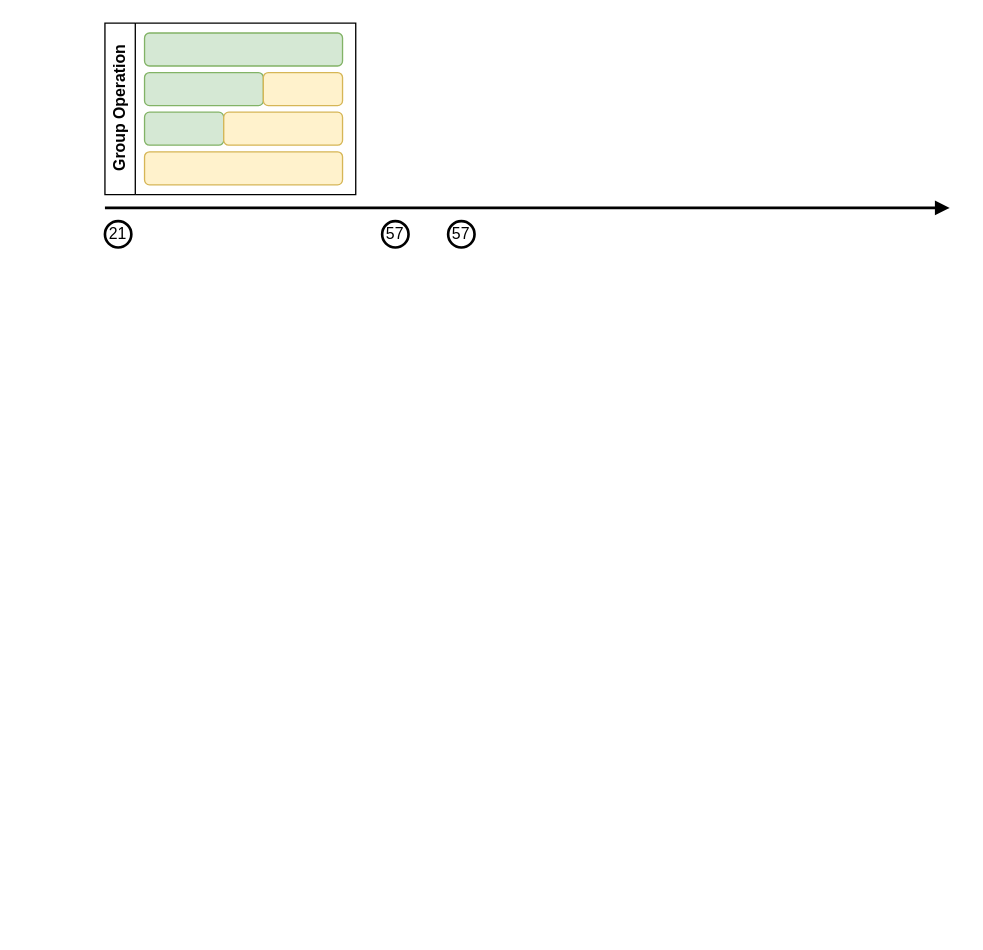
Before: Untitled Diagram.drawio in Ernest861/demo, a draw.io diagram. Source tidied: cells renumbered, new cells numbered last; positions are measured from the earlier drawing's top-left corner, leaving out a move shared by most shapes. Both pictures are drawn from the tidied source at 132%, with x=0, y=0 at pixel (104, 22).
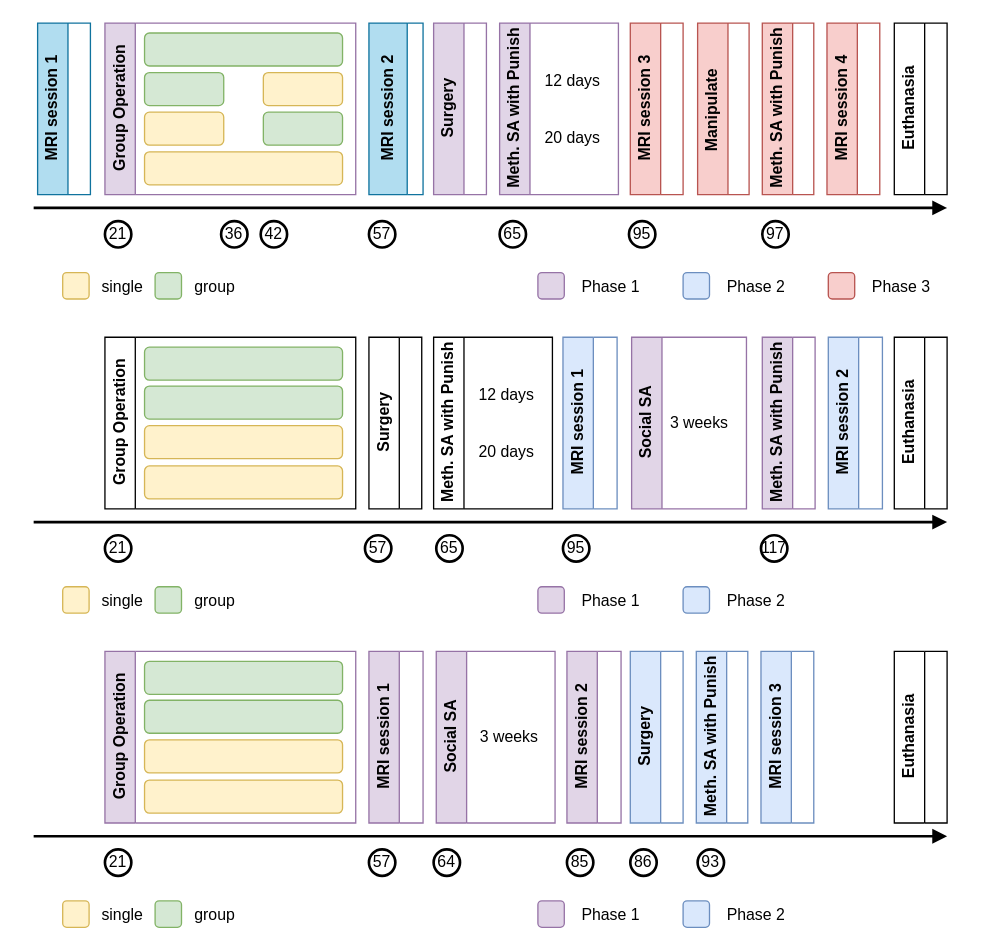
After the change.

Diff of the diagram source:
```diff
@@
     <mxCell id="2" style="endArrow=block;html=1;rounded=0;endFill=1;strokeWidth=2;" parent="1" edge="1">
       <mxGeometry relative="1" as="geometry">
-        <mxPoint y="140" as="sourcePoint" />
-        <mxPoint x="640" y="140" as="targetPoint" />
+        <mxPoint x="-54" y="140" as="sourcePoint" />
+        <mxPoint x="638" y="140" as="targetPoint" />
       </mxGeometry>
     </mxCell>
-    <mxCell id="3" value="Group Operation" style="swimlane;horizontal=0;whiteSpace=wrap;html=1;" parent="1" vertex="1">
+    <mxCell id="3" value="Group Operation" style="swimlane;horizontal=0;whiteSpace=wrap;html=1;fillColor=#e1d5e7;strokeColor=#9673a6;" parent="1" vertex="1">
       <mxGeometry width="190" height="130" as="geometry" />
     </mxCell>
@@
     <mxCell id="6" style="rounded=1;whiteSpace=wrap;html=1;fillColor=#d5e8d4;strokeColor=#82b366;" parent="3" vertex="1">
-      <mxGeometry x="30" y="37.5" width="90" height="25" as="geometry" />
+      <mxGeometry x="30" y="37.5" width="60" height="25" as="geometry" />
     </mxCell>
@@
-    <mxCell id="8" style="rounded=1;whiteSpace=wrap;html=1;fillColor=#d5e8d4;strokeColor=#82b366;" parent="3" vertex="1">
+    <mxCell id="8" style="rounded=1;whiteSpace=wrap;html=1;fillColor=#fff2cc;strokeColor=#d6b656;" parent="3" vertex="1">
       <mxGeometry x="30" y="67.5" width="60" height="25" as="geometry" />
     </mxCell>
-    <mxCell id="9" style="rounded=1;whiteSpace=wrap;html=1;fillColor=#fff2cc;strokeColor=#d6b656;" parent="3" vertex="1">
-      <mxGeometry x="90" y="67.5" width="90" height="25" as="geometry" />
+    <mxCell id="9" style="rounded=1;whiteSpace=wrap;html=1;fillColor=#d5e8d4;strokeColor=#82b366;" parent="3" vertex="1">
+      <mxGeometry x="120" y="67.5" width="60" height="25" as="geometry" />
     </mxCell>
@@
     <mxCell id="11" value="57" style="ellipse;whiteSpace=wrap;html=1;strokeWidth=2;" parent="1" vertex="1">
-      <mxGeometry x="210" y="150" width="20" height="20" as="geometry" />
+      <mxGeometry x="200" y="150" width="20" height="20" as="geometry" />
     </mxCell>
-    <mxCell id="12" value="57" style="ellipse;whiteSpace=wrap;html=1;strokeWidth=2;" parent="1" vertex="1">
-      <mxGeometry x="260" y="150" width="20" height="20" as="geometry" />
-    </mxCell>
+    <mxCell id="13" value="Surgery" style="swimlane;horizontal=0;whiteSpace=wrap;html=1;fillColor=#e1d5e7;strokeColor=#9673a6;" parent="1" vertex="1">
+      <mxGeometry x="249" width="40" height="130" as="geometry" />
+    </mxCell>
+    <mxCell id="14" value="Meth. SA with Punish" style="swimlane;horizontal=0;whiteSpace=wrap;html=1;fillColor=#e1d5e7;strokeColor=#9673a6;" parent="1" vertex="1">
+      <mxGeometry x="299" width="90" height="130" as="geometry" />
+    </mxCell>
+    <mxCell id="15" value="&lt;div&gt;12 days&lt;/div&gt;&lt;div&gt;&lt;br&gt;&lt;/div&gt;&lt;div&gt;&lt;br&gt;&lt;/div&gt;20 days" style="text;html=1;align=center;verticalAlign=middle;strokeColor=none;fillColor=none;" parent="14" vertex="1">
+      <mxGeometry x="20" y="30" width="70" height="70" as="geometry" />
+    </mxCell>
+    <mxCell id="16" value="MRI session 1" style="swimlane;horizontal=0;whiteSpace=wrap;html=1;fillColor=#b1ddf0;strokeColor=#10739e;" parent="1" vertex="1">
+      <mxGeometry x="-51" width="40" height="130" as="geometry" />
+    </mxCell>
+    <mxCell id="17" value="MRI session 3" style="swimlane;horizontal=0;whiteSpace=wrap;html=1;fillColor=#f8cecc;strokeColor=#b85450;" parent="1" vertex="1">
+      <mxGeometry x="398" width="40" height="130" as="geometry" />
+    </mxCell>
+    <mxCell id="18" value="95" style="ellipse;whiteSpace=wrap;html=1;strokeWidth=2;" parent="1" vertex="1">
+      <mxGeometry x="397" y="150" width="20" height="20" as="geometry" />
+    </mxCell>
+    <mxCell id="19" value="MRI session 2" style="swimlane;horizontal=0;whiteSpace=wrap;html=1;fillColor=#b1ddf0;strokeColor=#10739e;startSize=29;" parent="1" vertex="1">
+      <mxGeometry x="200" width="41" height="130" as="geometry" />
+    </mxCell>
+    <mxCell id="20" value="Manipulate&amp;nbsp;" style="swimlane;horizontal=0;whiteSpace=wrap;html=1;fillColor=#f8cecc;strokeColor=#b85450;" parent="1" vertex="1">
+      <mxGeometry x="449" width="39" height="130" as="geometry" />
+    </mxCell>
+    <mxCell id="21" value="MRI session 4" style="swimlane;horizontal=0;whiteSpace=wrap;html=1;fillColor=#f8cecc;strokeColor=#b85450;" parent="1" vertex="1">
+      <mxGeometry x="547" width="40" height="130" as="geometry" />
+    </mxCell>
+    <mxCell id="22" value="97" style="ellipse;whiteSpace=wrap;html=1;strokeWidth=2;" parent="1" vertex="1">
+      <mxGeometry x="498" y="150" width="20" height="20" as="geometry" />
+    </mxCell>
+    <mxCell id="23" value="Meth. SA with Punish" style="swimlane;horizontal=0;whiteSpace=wrap;html=1;fillColor=#f8cecc;strokeColor=#b85450;" parent="1" vertex="1">
+      <mxGeometry x="498" width="39" height="130" as="geometry" />
+    </mxCell>
+    <mxCell id="24" value="Euthanasia" style="swimlane;horizontal=0;whiteSpace=wrap;html=1;" parent="1" vertex="1">
+      <mxGeometry x="598" width="40" height="130" as="geometry" />
+    </mxCell>
+    <mxCell id="25" value="65" style="ellipse;whiteSpace=wrap;html=1;strokeWidth=2;" parent="1" vertex="1">
+      <mxGeometry x="299" y="150" width="20" height="20" as="geometry" />
+    </mxCell>
+    <mxCell id="26" style="rounded=1;whiteSpace=wrap;html=1;fillColor=#fff2cc;strokeColor=#d6b656;" parent="1" vertex="1">
+      <mxGeometry x="-32" y="189" width="20" height="20" as="geometry" />
+    </mxCell>
+    <mxCell id="27" value="single" style="text;html=1;align=center;verticalAlign=bottom;strokeColor=none;fillColor=none;" parent="1" vertex="1">
+      <mxGeometry x="-12" y="179" width="50" height="30" as="geometry" />
+    </mxCell>
+    <mxCell id="28" style="rounded=1;whiteSpace=wrap;html=1;fillColor=#d5e8d4;strokeColor=#82b366;" parent="1" vertex="1">
+      <mxGeometry x="38" y="189" width="20" height="20" as="geometry" />
+    </mxCell>
+    <mxCell id="29" value="group" style="text;html=1;align=center;verticalAlign=bottom;strokeColor=none;fillColor=none;" parent="1" vertex="1">
+      <mxGeometry x="58" y="179" width="50" height="30" as="geometry" />
+    </mxCell>
+    <mxCell id="30" value="Phase 1" style="text;html=1;align=center;verticalAlign=bottom;strokeColor=none;fillColor=none;" parent="1" vertex="1">
+      <mxGeometry x="348" y="179" width="70" height="30" as="geometry" />
+    </mxCell>
+    <mxCell id="31" style="rounded=1;whiteSpace=wrap;html=1;fillColor=#e1d5e7;strokeColor=#9673a6;" parent="1" vertex="1">
+      <mxGeometry x="328" y="189" width="20" height="20" as="geometry" />
+    </mxCell>
+    <mxCell id="32" value="Phase 2" style="text;html=1;align=center;verticalAlign=bottom;strokeColor=none;fillColor=none;" parent="1" vertex="1">
+      <mxGeometry x="458" y="179" width="70" height="30" as="geometry" />
+    </mxCell>
+    <mxCell id="33" style="rounded=1;whiteSpace=wrap;html=1;fillColor=#dae8fc;strokeColor=#6c8ebf;" parent="1" vertex="1">
+      <mxGeometry x="438" y="189" width="20" height="20" as="geometry" />
+    </mxCell>
+    <mxCell id="34" value="Phase 3" style="text;html=1;align=center;verticalAlign=bottom;strokeColor=none;fillColor=none;" parent="1" vertex="1">
+      <mxGeometry x="568" y="179" width="70" height="30" as="geometry" />
+    </mxCell>
+    <mxCell id="35" style="rounded=1;whiteSpace=wrap;html=1;fillColor=#f8cecc;strokeColor=#b85450;" parent="1" vertex="1">
+      <mxGeometry x="548" y="189" width="20" height="20" as="geometry" />
+    </mxCell>
+    <mxCell id="36" style="endArrow=block;html=1;rounded=0;endFill=1;strokeWidth=2;" parent="1" edge="1">
+      <mxGeometry relative="1" as="geometry">
+        <mxPoint x="-54" y="378" as="sourcePoint" />
+        <mxPoint x="638" y="378" as="targetPoint" />
+      </mxGeometry>
+    </mxCell>
+    <mxCell id="37" value="Group Operation" style="swimlane;horizontal=0;whiteSpace=wrap;html=1;" parent="1" vertex="1">
+      <mxGeometry y="238" width="190" height="130" as="geometry" />
+    </mxCell>
+    <mxCell id="38" style="rounded=1;whiteSpace=wrap;html=1;fillColor=#fff2cc;strokeColor=#d6b656;" parent="37" vertex="1">
+      <mxGeometry x="30" y="97.5" width="150" height="25" as="geometry" />
+    </mxCell>
+    <mxCell id="39" style="rounded=1;whiteSpace=wrap;html=1;fillColor=#d5e8d4;strokeColor=#82b366;" parent="37" vertex="1">
+      <mxGeometry x="30" y="7.5" width="150" height="25" as="geometry" />
+    </mxCell>
+    <mxCell id="40" style="rounded=1;whiteSpace=wrap;html=1;fillColor=#d5e8d4;strokeColor=#82b366;" parent="37" vertex="1">
+      <mxGeometry x="30" y="37" width="150" height="25" as="geometry" />
+    </mxCell>
+    <mxCell id="41" style="rounded=1;whiteSpace=wrap;html=1;fillColor=#fff2cc;strokeColor=#d6b656;" parent="37" vertex="1">
+      <mxGeometry x="30" y="67" width="150" height="25" as="geometry" />
+    </mxCell>
+    <mxCell id="42" value="21" style="ellipse;whiteSpace=wrap;html=1;strokeWidth=2;" parent="1" vertex="1">
+      <mxGeometry y="388" width="20" height="20" as="geometry" />
+    </mxCell>
+    <mxCell id="43" value="57" style="ellipse;whiteSpace=wrap;html=1;strokeWidth=2;" parent="1" vertex="1">
+      <mxGeometry x="197" y="388" width="20" height="20" as="geometry" />
+    </mxCell>
+    <mxCell id="44" value="Surgery" style="swimlane;horizontal=0;whiteSpace=wrap;html=1;" parent="1" vertex="1">
+      <mxGeometry x="200" y="238" width="40" height="130" as="geometry" />
+    </mxCell>
+    <mxCell id="45" value="Social SA" style="swimlane;horizontal=0;whiteSpace=wrap;html=1;fillColor=#e1d5e7;strokeColor=#9673a6;" parent="1" vertex="1">
+      <mxGeometry x="399" y="238" width="87" height="130" as="geometry" />
+    </mxCell>
+    <mxCell id="46" value="&lt;div&gt;3 weeks&lt;/div&gt;" style="text;html=1;align=center;verticalAlign=middle;strokeColor=none;fillColor=none;" parent="45" vertex="1">
+      <mxGeometry x="16" y="50" width="70" height="30" as="geometry" />
+    </mxCell>
+    <mxCell id="47" value="95" style="ellipse;whiteSpace=wrap;html=1;strokeWidth=2;" parent="1" vertex="1">
+      <mxGeometry x="347" y="388" width="20" height="20" as="geometry" />
+    </mxCell>
+    <mxCell id="48" value="Euthanasia" style="swimlane;horizontal=0;whiteSpace=wrap;html=1;" parent="1" vertex="1">
+      <mxGeometry x="598" y="238" width="40" height="130" as="geometry" />
+    </mxCell>
+    <mxCell id="49" style="rounded=1;whiteSpace=wrap;html=1;fillColor=#fff2cc;strokeColor=#d6b656;" parent="1" vertex="1">
+      <mxGeometry x="-32" y="427" width="20" height="20" as="geometry" />
+    </mxCell>
+    <mxCell id="50" value="single" style="text;html=1;align=center;verticalAlign=bottom;strokeColor=none;fillColor=none;" parent="1" vertex="1">
+      <mxGeometry x="-12" y="417" width="50" height="30" as="geometry" />
+    </mxCell>
+    <mxCell id="51" style="rounded=1;whiteSpace=wrap;html=1;fillColor=#d5e8d4;strokeColor=#82b366;" parent="1" vertex="1">
+      <mxGeometry x="38" y="427" width="20" height="20" as="geometry" />
+    </mxCell>
+    <mxCell id="52" value="group" style="text;html=1;align=center;verticalAlign=bottom;strokeColor=none;fillColor=none;" parent="1" vertex="1">
+      <mxGeometry x="58" y="417" width="50" height="30" as="geometry" />
+    </mxCell>
+    <mxCell id="53" value="Phase 1" style="text;html=1;align=center;verticalAlign=bottom;strokeColor=none;fillColor=none;" parent="1" vertex="1">
+      <mxGeometry x="348" y="417" width="70" height="30" as="geometry" />
+    </mxCell>
+    <mxCell id="54" style="rounded=1;whiteSpace=wrap;html=1;fillColor=#e1d5e7;strokeColor=#9673a6;" parent="1" vertex="1">
+      <mxGeometry x="328" y="427" width="20" height="20" as="geometry" />
+    </mxCell>
+    <mxCell id="55" value="Phase 2" style="text;html=1;align=center;verticalAlign=bottom;strokeColor=none;fillColor=none;" parent="1" vertex="1">
+      <mxGeometry x="458" y="417" width="70" height="30" as="geometry" />
+    </mxCell>
+    <mxCell id="56" style="rounded=1;whiteSpace=wrap;html=1;fillColor=#dae8fc;strokeColor=#6c8ebf;" parent="1" vertex="1">
+      <mxGeometry x="438" y="427" width="20" height="20" as="geometry" />
+    </mxCell>
+    <mxCell id="57" value="42" style="ellipse;whiteSpace=wrap;html=1;strokeWidth=2;" parent="1" vertex="1">
+      <mxGeometry x="118" y="150" width="20" height="20" as="geometry" />
+    </mxCell>
+    <mxCell id="58" value="36" style="ellipse;whiteSpace=wrap;html=1;strokeWidth=2;" parent="1" vertex="1">
+      <mxGeometry x="88" y="150" width="20" height="20" as="geometry" />
+    </mxCell>
+    <mxCell id="59" value="MRI session 1" style="swimlane;horizontal=0;whiteSpace=wrap;html=1;fillColor=#dae8fc;strokeColor=#6c8ebf;" parent="1" vertex="1">
+      <mxGeometry x="347" y="238" width="41" height="130" as="geometry" />
+    </mxCell>
+    <mxCell id="60" style="endArrow=block;html=1;rounded=0;endFill=1;strokeWidth=2;" parent="1" edge="1">
+      <mxGeometry relative="1" as="geometry">
+        <mxPoint x="-54" y="616" as="sourcePoint" />
+        <mxPoint x="638" y="616" as="targetPoint" />
+      </mxGeometry>
+    </mxCell>
+    <mxCell id="61" value="Group Operation" style="swimlane;horizontal=0;whiteSpace=wrap;html=1;fillColor=#e1d5e7;strokeColor=#9673a6;" parent="1" vertex="1">
+      <mxGeometry y="476" width="190" height="130" as="geometry" />
+    </mxCell>
+    <mxCell id="62" style="rounded=1;whiteSpace=wrap;html=1;fillColor=#fff2cc;strokeColor=#d6b656;" parent="61" vertex="1">
+      <mxGeometry x="30" y="97.5" width="150" height="25" as="geometry" />
+    </mxCell>
+    <mxCell id="63" style="rounded=1;whiteSpace=wrap;html=1;fillColor=#d5e8d4;strokeColor=#82b366;" parent="61" vertex="1">
+      <mxGeometry x="30" y="7.5" width="150" height="25" as="geometry" />
+    </mxCell>
+    <mxCell id="64" style="rounded=1;whiteSpace=wrap;html=1;fillColor=#d5e8d4;strokeColor=#82b366;" parent="61" vertex="1">
+      <mxGeometry x="30" y="37" width="150" height="25" as="geometry" />
+    </mxCell>
+    <mxCell id="65" style="rounded=1;whiteSpace=wrap;html=1;fillColor=#fff2cc;strokeColor=#d6b656;" parent="61" vertex="1">
+      <mxGeometry x="30" y="67" width="150" height="25" as="geometry" />
+    </mxCell>
+    <mxCell id="66" value="21" style="ellipse;whiteSpace=wrap;html=1;strokeWidth=2;" parent="1" vertex="1">
+      <mxGeometry y="626" width="20" height="20" as="geometry" />
+    </mxCell>
+    <mxCell id="67" value="57" style="ellipse;whiteSpace=wrap;html=1;strokeWidth=2;" parent="1" vertex="1">
+      <mxGeometry x="200" y="626" width="20" height="20" as="geometry" />
+    </mxCell>
+    <mxCell id="68" value="64" style="ellipse;whiteSpace=wrap;html=1;strokeWidth=2;" parent="1" vertex="1">
+      <mxGeometry x="249" y="626" width="20" height="20" as="geometry" />
+    </mxCell>
+    <mxCell id="69" value="Surgery" style="swimlane;horizontal=0;whiteSpace=wrap;html=1;fillColor=#dae8fc;strokeColor=#6c8ebf;" parent="1" vertex="1">
+      <mxGeometry x="398" y="476" width="40" height="130" as="geometry" />
+    </mxCell>
+    <mxCell id="70" value="Social SA" style="swimlane;horizontal=0;whiteSpace=wrap;html=1;fillColor=#e1d5e7;strokeColor=#9673a6;" parent="1" vertex="1">
+      <mxGeometry x="251" y="476" width="90" height="130" as="geometry" />
+    </mxCell>
+    <mxCell id="71" value="&lt;div&gt;3 weeks&lt;/div&gt;" style="text;html=1;align=center;verticalAlign=middle;strokeColor=none;fillColor=none;" parent="70" vertex="1">
+      <mxGeometry x="20" y="50" width="70" height="30" as="geometry" />
+    </mxCell>
+    <mxCell id="72" value="85" style="ellipse;whiteSpace=wrap;html=1;strokeWidth=2;" parent="1" vertex="1">
+      <mxGeometry x="350" y="626" width="20" height="20" as="geometry" />
+    </mxCell>
+    <mxCell id="73" value="MRI session 1" style="swimlane;horizontal=0;whiteSpace=wrap;html=1;fillColor=#e1d5e7;strokeColor=#9673a6;" parent="1" vertex="1">
+      <mxGeometry x="200" y="476" width="41" height="130" as="geometry" />
+    </mxCell>
+    <mxCell id="74" value="MRI session 3" style="swimlane;horizontal=0;whiteSpace=wrap;html=1;fillColor=#dae8fc;strokeColor=#6c8ebf;" parent="1" vertex="1">
+      <mxGeometry x="497" y="476" width="40" height="130" as="geometry" />
+    </mxCell>
+    <mxCell id="75" value="93" style="ellipse;whiteSpace=wrap;html=1;strokeWidth=2;" parent="1" vertex="1">
+      <mxGeometry x="449" y="626" width="20" height="20" as="geometry" />
+    </mxCell>
+    <mxCell id="76" value="Meth. SA with Punish" style="swimlane;horizontal=0;whiteSpace=wrap;html=1;fillColor=#dae8fc;strokeColor=#6c8ebf;" parent="1" vertex="1">
+      <mxGeometry x="448" y="476" width="39" height="130" as="geometry" />
+    </mxCell>
+    <mxCell id="77" value="Euthanasia" style="swimlane;horizontal=0;whiteSpace=wrap;html=1;" parent="1" vertex="1">
+      <mxGeometry x="598" y="476" width="40" height="130" as="geometry" />
+    </mxCell>
+    <mxCell id="78" style="rounded=1;whiteSpace=wrap;html=1;fillColor=#fff2cc;strokeColor=#d6b656;" parent="1" vertex="1">
+      <mxGeometry x="-32" y="665" width="20" height="20" as="geometry" />
+    </mxCell>
+    <mxCell id="79" value="single" style="text;html=1;align=center;verticalAlign=bottom;strokeColor=none;fillColor=none;" parent="1" vertex="1">
+      <mxGeometry x="-12" y="655" width="50" height="30" as="geometry" />
+    </mxCell>
+    <mxCell id="80" style="rounded=1;whiteSpace=wrap;html=1;fillColor=#d5e8d4;strokeColor=#82b366;" parent="1" vertex="1">
+      <mxGeometry x="38" y="665" width="20" height="20" as="geometry" />
+    </mxCell>
+    <mxCell id="81" value="group" style="text;html=1;align=center;verticalAlign=bottom;strokeColor=none;fillColor=none;" parent="1" vertex="1">
+      <mxGeometry x="58" y="655" width="50" height="30" as="geometry" />
+    </mxCell>
+    <mxCell id="82" value="Phase 1" style="text;html=1;align=center;verticalAlign=bottom;strokeColor=none;fillColor=none;" parent="1" vertex="1">
+      <mxGeometry x="348" y="655" width="70" height="30" as="geometry" />
+    </mxCell>
+    <mxCell id="83" style="rounded=1;whiteSpace=wrap;html=1;fillColor=#e1d5e7;strokeColor=#9673a6;" parent="1" vertex="1">
+      <mxGeometry x="328" y="665" width="20" height="20" as="geometry" />
+    </mxCell>
+    <mxCell id="84" value="Phase 2" style="text;html=1;align=center;verticalAlign=bottom;strokeColor=none;fillColor=none;" parent="1" vertex="1">
+      <mxGeometry x="458" y="655" width="70" height="30" as="geometry" />
+    </mxCell>
+    <mxCell id="85" style="rounded=1;whiteSpace=wrap;html=1;fillColor=#dae8fc;strokeColor=#6c8ebf;" parent="1" vertex="1">
+      <mxGeometry x="438" y="665" width="20" height="20" as="geometry" />
+    </mxCell>
+    <mxCell id="86" value="MRI session 2" style="swimlane;horizontal=0;whiteSpace=wrap;html=1;fillColor=#e1d5e7;strokeColor=#9673a6;" parent="1" vertex="1">
+      <mxGeometry x="350" y="476" width="41" height="130" as="geometry" />
+    </mxCell>
+    <mxCell id="87" value="86" style="ellipse;whiteSpace=wrap;html=1;strokeWidth=2;" parent="1" vertex="1">
+      <mxGeometry x="398" y="626" width="20" height="20" as="geometry" />
+    </mxCell>
+    <mxCell id="88" value="Meth. SA with Punish" style="swimlane;horizontal=0;whiteSpace=wrap;html=1;fillColor=#e1d5e7;strokeColor=#9673a6;" parent="1" vertex="1">
+      <mxGeometry x="498" y="238" width="40" height="130" as="geometry" />
+    </mxCell>
+    <mxCell id="89" value="117" style="ellipse;whiteSpace=wrap;html=1;strokeWidth=2;" parent="1" vertex="1">
+      <mxGeometry x="497" y="388" width="20" height="20" as="geometry" />
+    </mxCell>
+    <mxCell id="90" value="MRI session 2" style="swimlane;horizontal=0;whiteSpace=wrap;html=1;fillColor=#dae8fc;strokeColor=#6c8ebf;" parent="1" vertex="1">
+      <mxGeometry x="548" y="238" width="41" height="130" as="geometry" />
+    </mxCell>
+    <mxCell id="91" value="Meth. SA with Punish" style="swimlane;horizontal=0;whiteSpace=wrap;html=1;" parent="1" vertex="1">
+      <mxGeometry x="249" y="238" width="90" height="130" as="geometry" />
+    </mxCell>
+    <mxCell id="92" value="&lt;div&gt;12 days&lt;/div&gt;&lt;div&gt;&lt;br&gt;&lt;/div&gt;&lt;div&gt;&lt;br&gt;&lt;/div&gt;20 days" style="text;html=1;align=center;verticalAlign=middle;strokeColor=none;fillColor=none;" parent="91" vertex="1">
+      <mxGeometry x="20" y="30" width="70" height="70" as="geometry" />
+    </mxCell>
+    <mxCell id="93" value="65" style="ellipse;whiteSpace=wrap;html=1;strokeWidth=2;" parent="1" vertex="1">
+      <mxGeometry x="251" y="388" width="20" height="20" as="geometry" />
+    </mxCell>
```
